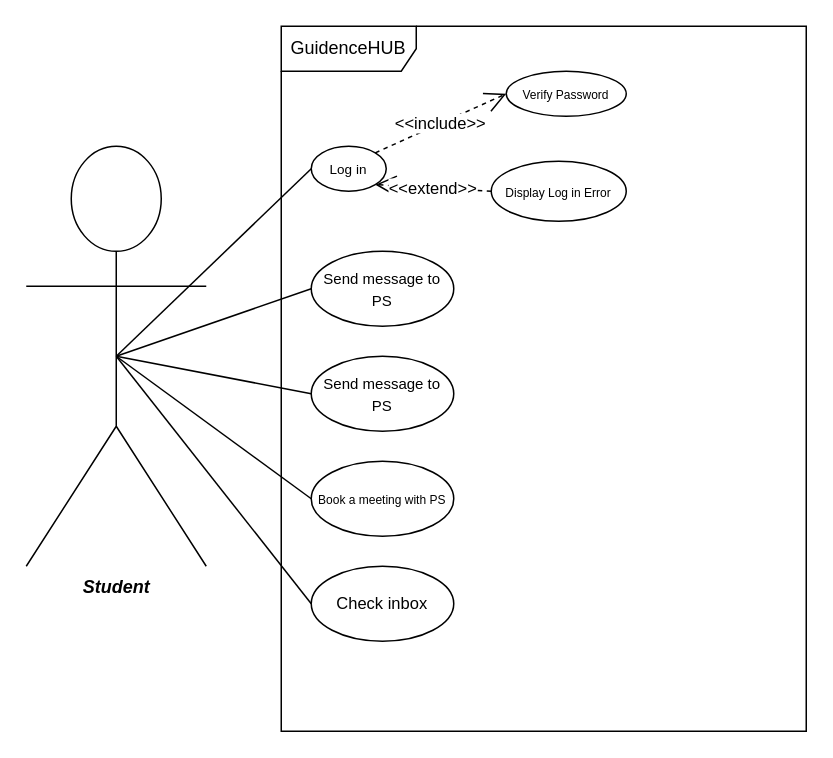
551462-Design-Develop-Deploy-24-25/001-port-individual-software-project-portfolio-MMukhtar1885 keeps this draw.io diagram as DIAGRAMS/Student.drawio. Above is the earlier version. Source tidied: cells renumbered, new cells numbered last; positions are measured from the earlier drawing's top-left corner, leaving out a move shared by most shapes. Both pictures are drawn from the tidied source at 150%, with x=0, y=0 at pixel (26, 26).
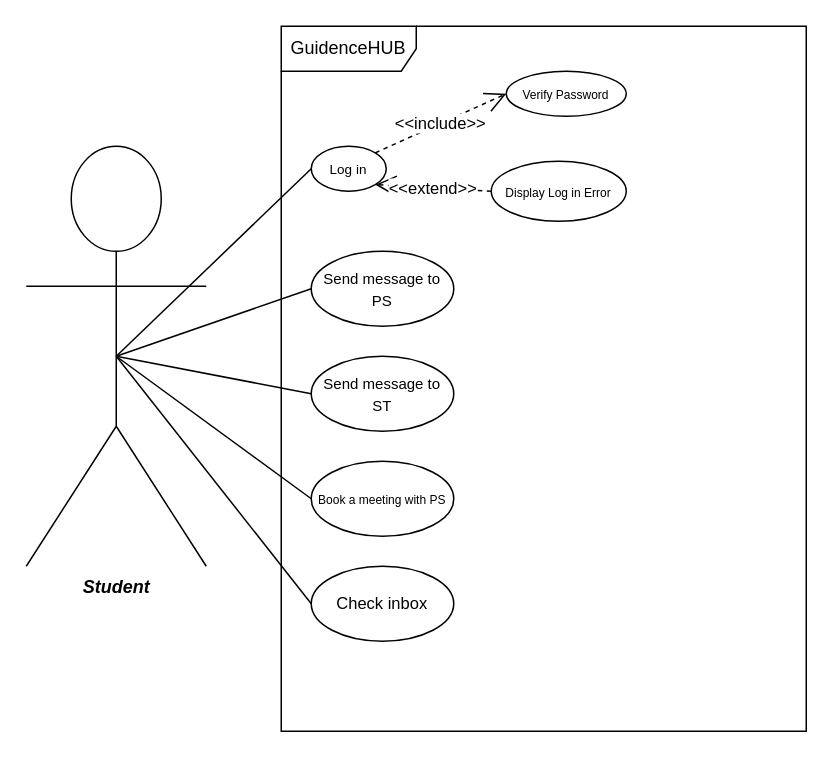
After the change.

What changed in the source:
```diff
@@
 <mxGraphModel>
   <root>
     <mxCell id="0" />
     <mxCell id="1" parent="0" />
     <mxCell id="2" value="GuidenceHUB" style="shape=umlFrame;whiteSpace=wrap;html=1;width=90;height=30;" parent="1" vertex="1">
       <mxGeometry x="170" width="350" height="470" as="geometry" />
     </mxCell>
     <mxCell id="3" value="&lt;font style=&quot;font-size: 12px;&quot;&gt;&lt;b&gt;&lt;i&gt;Student&lt;/i&gt;&lt;/b&gt;&lt;/font&gt;" style="shape=umlActor;verticalLabelPosition=bottom;verticalAlign=top;html=1;" parent="1" vertex="1">
       <mxGeometry y="80" width="120" height="280" as="geometry" />
     </mxCell>
     <mxCell id="4" value="&lt;font style=&quot;font-size: 9px;&quot;&gt;Log in&lt;/font&gt;" style="ellipse;whiteSpace=wrap;html=1;" parent="1" vertex="1">
       <mxGeometry x="190" y="80" width="50" height="30" as="geometry" />
     </mxCell>
     <mxCell id="5" value="&lt;font style=&quot;font-size: 8px;&quot;&gt;Verify Password&lt;/font&gt;" style="ellipse;whiteSpace=wrap;html=1;" parent="1" vertex="1">
       <mxGeometry x="320" y="30" width="80" height="30" as="geometry" />
     </mxCell>
     <mxCell id="6" value="&lt;font style=&quot;font-size: 8px;&quot;&gt;Display Log in Error&lt;/font&gt;" style="ellipse;whiteSpace=wrap;html=1;" parent="1" vertex="1">
       <mxGeometry x="310" y="90" width="90" height="40" as="geometry" />
     </mxCell>
     <mxCell id="7" value="&amp;lt;&amp;lt;include&amp;gt;&amp;gt;" style="endArrow=open;endSize=12;dashed=1;html=1;rounded=0;exitX=1;exitY=0;exitDx=0;exitDy=0;entryX=0;entryY=0.5;entryDx=0;entryDy=0;" parent="1" edge="1" source="4" target="5">
       <mxGeometry relative="1" as="geometry" />
     </mxCell>
     <mxCell id="8" value="&amp;lt;&amp;lt;extend&amp;gt;&amp;gt;" style="endArrow=open;endSize=12;dashed=1;html=1;rounded=0;exitX=0;exitY=0.5;exitDx=0;exitDy=0;entryX=1;entryY=1;entryDx=0;entryDy=0;" parent="1" edge="1" source="6" target="4">
       <mxGeometry relative="1" as="geometry" />
     </mxCell>
     <mxCell id="9" style="endArrow=none;html=1;rounded=0;exitX=0.5;exitY=0.5;exitDx=0;exitDy=0;exitPerimeter=0;entryX=0;entryY=0.5;entryDx=0;entryDy=0;" parent="1" edge="1" source="3" target="4">
       <mxGeometry relative="1" as="geometry" />
     </mxCell>
     <mxCell id="10" style="endArrow=none;html=1;rounded=0;exitX=0.5;exitY=0.5;exitDx=0;exitDy=0;exitPerimeter=0;entryX=0;entryY=0.5;entryDx=0;entryDy=0;" parent="1" edge="1" source="3" target="13">
       <mxGeometry relative="1" as="geometry" />
     </mxCell>
     <mxCell id="11" style="endArrow=none;html=1;rounded=0;exitX=0.5;exitY=0.5;exitDx=0;exitDy=0;exitPerimeter=0;entryX=0;entryY=0.5;entryDx=0;entryDy=0;" parent="1" edge="1" source="3" target="14">
       <mxGeometry relative="1" as="geometry" />
     </mxCell>
     <mxCell id="12" style="endArrow=none;html=1;rounded=0;exitX=0.5;exitY=0.5;exitDx=0;exitDy=0;exitPerimeter=0;entryX=0;entryY=0.5;entryDx=0;entryDy=0;" parent="1" edge="1" source="3" target="15">
       <mxGeometry relative="1" as="geometry" />
     </mxCell>
     <mxCell id="13" value="&lt;font style=&quot;font-size: 10px;&quot;&gt;Send message to PS&lt;/font&gt;" style="ellipse;whiteSpace=wrap;html=1;" parent="1" vertex="1">
       <mxGeometry x="190" y="150" width="95" height="50" as="geometry" />
     </mxCell>
-    <mxCell id="14" value="&lt;font style=&quot;font-size: 10px;&quot;&gt;Send message to PS&lt;/font&gt;" style="ellipse;whiteSpace=wrap;html=1;" parent="1" vertex="1">
+    <mxCell id="14" value="&lt;font style=&quot;font-size: 10px;&quot;&gt;Send message to ST&lt;/font&gt;" style="ellipse;whiteSpace=wrap;html=1;" parent="1" vertex="1">
       <mxGeometry x="190" y="220" width="95" height="50" as="geometry" />
     </mxCell>
     <mxCell id="15" value="&lt;font style=&quot;font-size: 8px;&quot;&gt;Book a meeting with PS&lt;/font&gt;" style="ellipse;whiteSpace=wrap;html=1;" parent="1" vertex="1">
       <mxGeometry x="190" y="290" width="95" height="50" as="geometry" />
     </mxCell>
     <mxCell id="16" style="endArrow=none;html=1;rounded=0;entryX=0;entryY=0.5;entryDx=0;entryDy=0;exitX=0.5;exitY=0.5;exitDx=0;exitDy=0;exitPerimeter=0;" parent="1" edge="1" source="3" target="17">
       <mxGeometry relative="1" as="geometry" />
     </mxCell>
     <mxCell id="17" value="&lt;font style=&quot;font-size: 11px;&quot;&gt;Check inbox&lt;/font&gt;" style="ellipse;whiteSpace=wrap;html=1;" parent="1" vertex="1">
       <mxGeometry x="190" y="360" width="95" height="50" as="geometry" />
     </mxCell>
   </root>
 </mxGraphModel>
```
